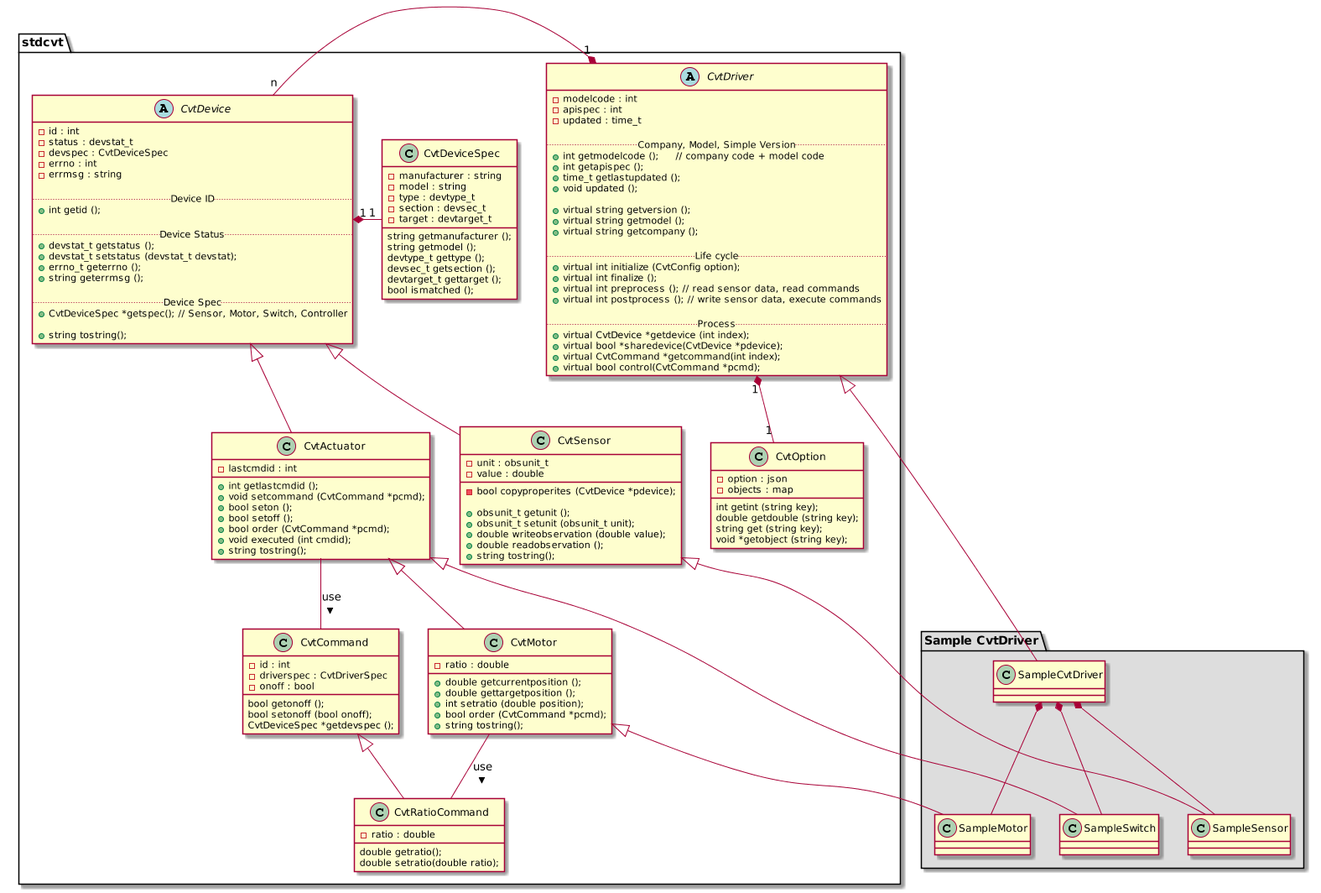
The PlantUML diagram doc/images/driver_class.png in ebio-snu/cvtdriver, before a commit.
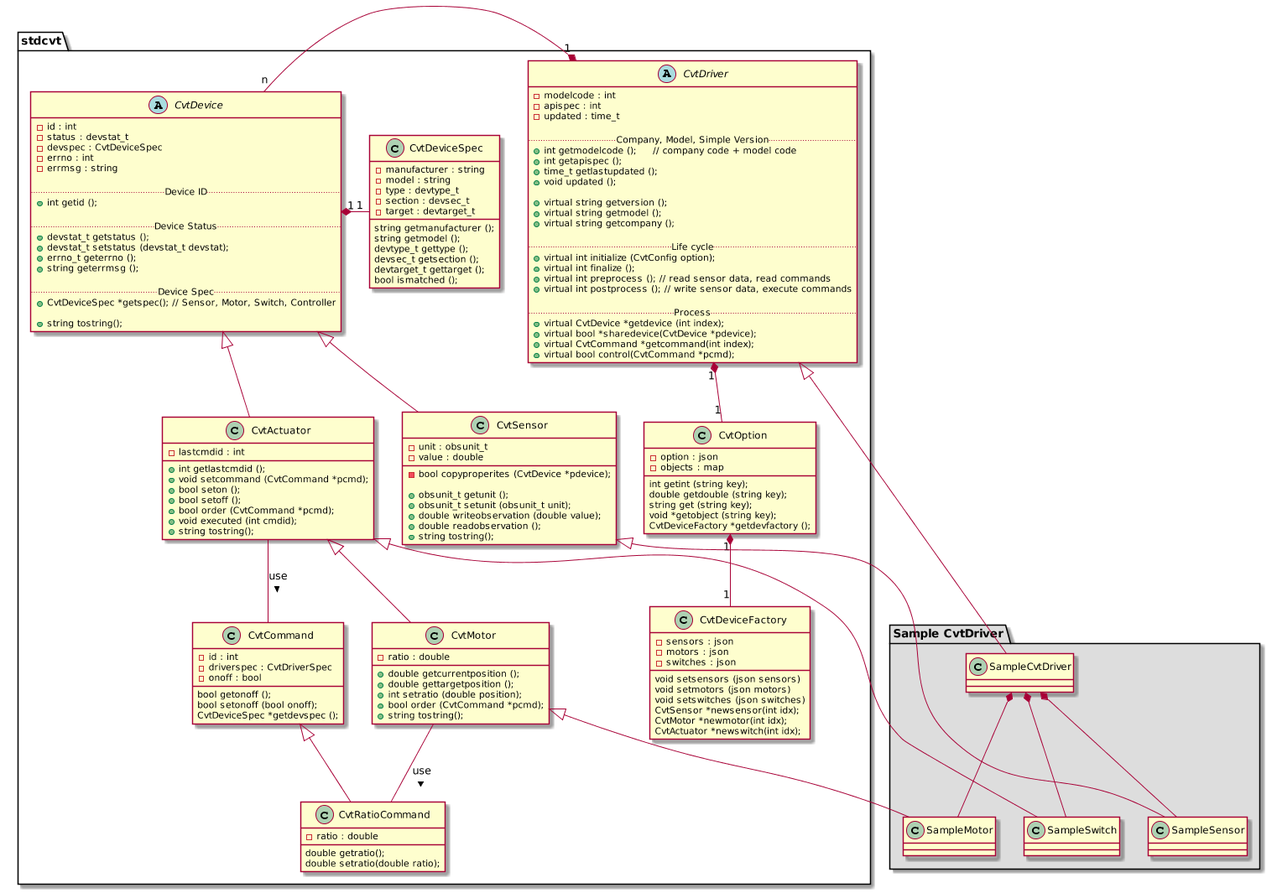
The same file after the commit.

Change to the diagram source:
```diff
@@ -125,7 +125,23 @@
      double getdouble (string key);
      string get (string key);
      void *getobject (string key);
+     CvtDeviceFactory *getdevfactory ();
     }
+
+    class CvtDeviceFactory {
+     - sensors : json
+     - motors : json
+     - switches : json
+     void setsensors (json sensors)
+     void setmotors (json motors)
+     void setswitches (json switches)
+     CvtSensor *newsensor(int idx);
+     CvtMotor *newmotor(int idx);
+     CvtActuator *newswitch(int idx);
+    }
+
+    CvtOption "1" *-- "1" CvtDeviceFactory
+
 
     CvtCommand <|-- CvtRatioCommand
 
```
